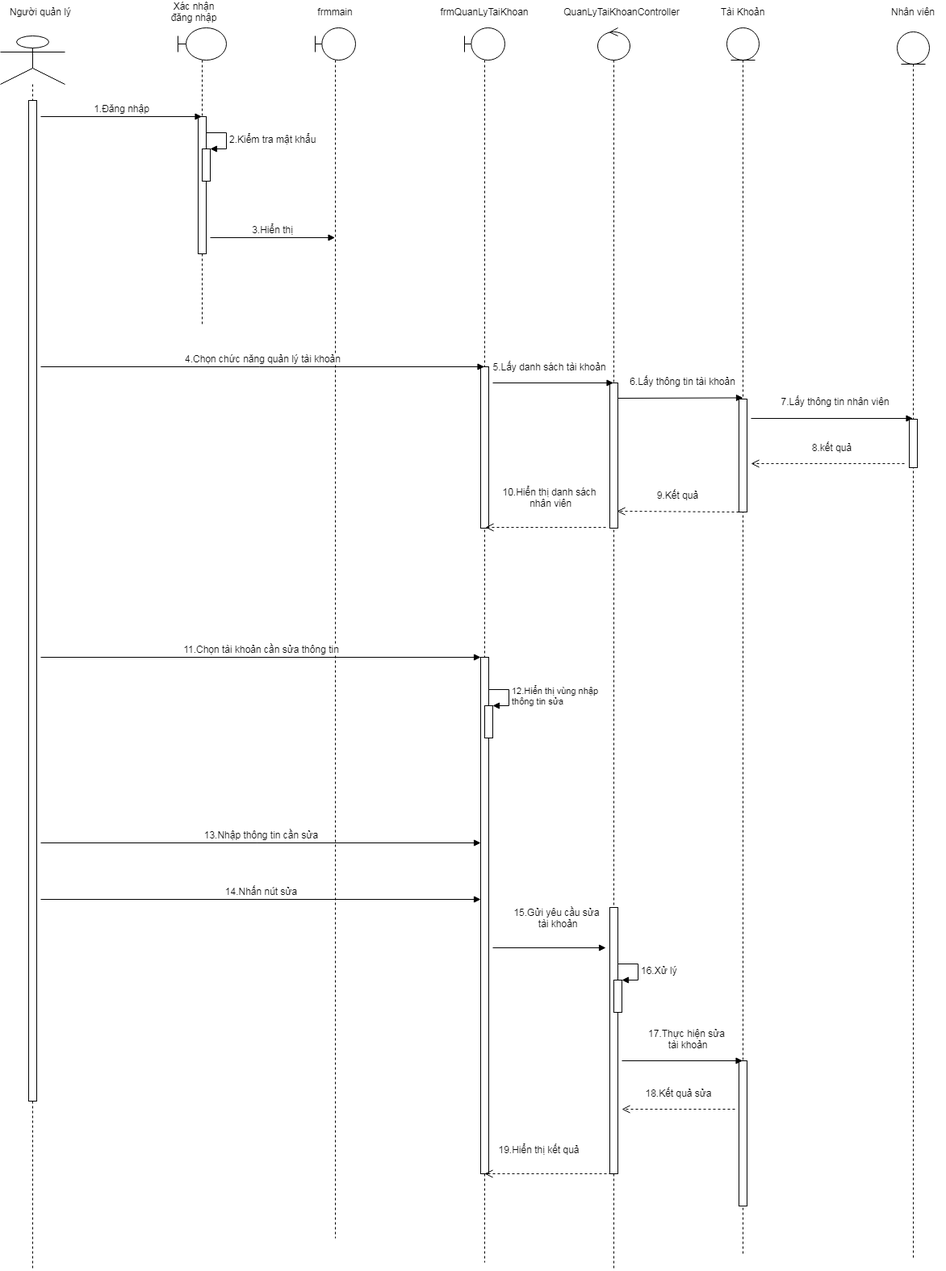
Earlier version of the draw.io export Phan_Tich_Thiet_Ke/Diagram/Sequence_Diagram/Sequence_Diagram_QuanLyTaiKhoan_SuataiKhoan.png (KNhaa/DoAnCNPM). Source tidied: cells renumbered, new cells last; positions are measured from the earlier drawing's top-left corner, leaving out a move shared by most shapes.
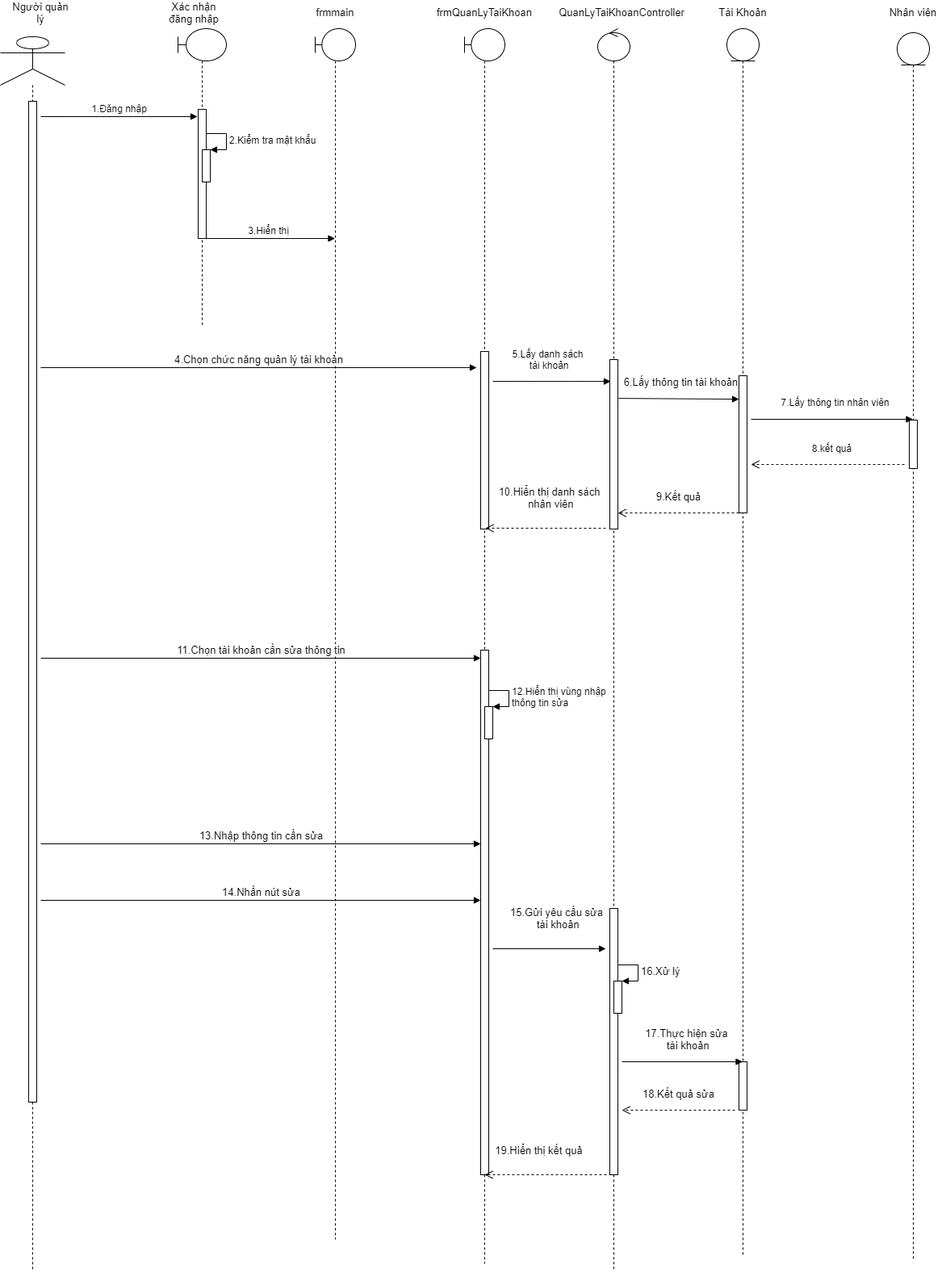
After the change.

The edit, as a diff of the source:
```diff
@@ -12,7 +12,7 @@
       <mxGeometry x="220" y="30" width="60" height="370" as="geometry" />
     </mxCell>
     <mxCell id="5" style="html=1;points=[];perimeter=orthogonalPerimeter;" parent="4" vertex="1">
-      <mxGeometry x="25" y="110" width="10" height="170" as="geometry" />
+      <mxGeometry x="25" y="100" width="10" height="160" as="geometry" />
     </mxCell>
     <mxCell id="6" style="html=1;points=[];perimeter=orthogonalPerimeter;" parent="4" vertex="1">
       <mxGeometry x="30" y="150" width="10" height="40" as="geometry" />
@@ -32,12 +32,12 @@
       <mxGeometry x="900" y="30" width="40" height="1520" as="geometry" />
     </mxCell>
     <mxCell id="10" style="html=1;points=[];perimeter=orthogonalPerimeter;" parent="9" vertex="1">
-      <mxGeometry x="15" y="460" width="10" height="140" as="geometry" />
+      <mxGeometry x="15" y="430" width="10" height="170" as="geometry" />
     </mxCell>
     <mxCell id="11" style="html=1;perimeter=orthogonalPerimeter;" parent="9" vertex="1">
-      <mxGeometry x="15" y="1280" width="10" height="180" as="geometry" />
+      <mxGeometry x="15" y="1280" width="10" height="60" as="geometry" />
     </mxCell>
-    <mxCell id="12" value="&lt;font style=&quot;font-size: 12px&quot;&gt;9.Kết quả&lt;/font&gt;" style="html=1;verticalAlign=bottom;endArrow=open;dashed=1;endSize=8;entryX=0.9;entryY=0.883;entryDx=0;entryDy=0;entryPerimeter=0;" parent="9" edge="1" target="14">
+    <mxCell id="12" value="&lt;font style=&quot;font-size: 13px&quot;&gt;9.Kết quả&lt;/font&gt;" style="html=1;verticalAlign=bottom;endArrow=open;dashed=1;endSize=8;entryX=1;entryY=0.905;entryDx=0;entryDy=0;entryPerimeter=0;" parent="9" edge="1" target="14">
       <mxGeometry y="-10" relative="1" as="geometry">
         <mxPoint x="15" y="600" as="sourcePoint" />
       </mxGeometry>
@@ -46,7 +46,7 @@
       <mxGeometry x="740" y="30" width="40" height="1540" as="geometry" />
     </mxCell>
     <mxCell id="14" style="html=1;points=[];perimeter=orthogonalPerimeter;" parent="13" vertex="1">
-      <mxGeometry x="15" y="440" width="10" height="180" as="geometry" />
+      <mxGeometry x="15" y="410" width="10" height="210" as="geometry" />
     </mxCell>
     <mxCell id="15" style="html=1;points=[];perimeter=orthogonalPerimeter;" parent="13" vertex="1">
       <mxGeometry x="15" y="1090" width="10" height="330" as="geometry" />
@@ -54,7 +54,7 @@
     <mxCell id="16" style="html=1;points=[];perimeter=orthogonalPerimeter;" parent="13" vertex="1">
       <mxGeometry x="20" y="1180" width="10" height="40" as="geometry" />
     </mxCell>
-    <mxCell id="17" value="&lt;font style=&quot;font-size: 12px&quot;&gt;16.Xử lý&lt;/font&gt;" style="edgeStyle=orthogonalEdgeStyle;html=1;align=left;spacingLeft=2;endArrow=block;rounded=0;entryX=1;entryY=0;" parent="13" edge="1" target="16">
+    <mxCell id="17" value="&lt;font style=&quot;font-size: 13px&quot;&gt;16.Xử lý&lt;/font&gt;" style="edgeStyle=orthogonalEdgeStyle;html=1;align=left;spacingLeft=2;endArrow=block;rounded=0;entryX=1;entryY=0;" parent="13" edge="1" target="16">
       <mxGeometry relative="1" as="geometry">
         <mxPoint x="25" y="1160" as="sourcePoint" />
         <Array as="points">
@@ -62,34 +62,34 @@
         </Array>
       </mxGeometry>
     </mxCell>
-    <mxCell id="18" value="Người quản lý" style="text;html=1;strokeColor=none;fillColor=none;align=center;verticalAlign=middle;whiteSpace=wrap;rounded=0;" parent="1" vertex="1">
+    <mxCell id="18" value="&lt;font style=&quot;font-size: 13px&quot;&gt;Người quản lý&lt;/font&gt;" style="text;html=1;strokeColor=none;fillColor=none;align=center;verticalAlign=middle;whiteSpace=wrap;rounded=0;" parent="1" vertex="1">
       <mxGeometry x="10" width="80" height="20" as="geometry" />
     </mxCell>
-    <mxCell id="19" value="Xác nhận đăng nhập" style="text;html=1;strokeColor=none;fillColor=none;align=center;verticalAlign=middle;whiteSpace=wrap;rounded=0;" parent="1" vertex="1">
+    <mxCell id="19" value="&lt;font style=&quot;font-size: 13px&quot;&gt;Xác nhận đăng nhập&lt;/font&gt;" style="text;html=1;strokeColor=none;fillColor=none;align=center;verticalAlign=middle;whiteSpace=wrap;rounded=0;" parent="1" vertex="1">
       <mxGeometry x="200" width="80" height="20" as="geometry" />
     </mxCell>
-    <mxCell id="20" value="frmmain" style="text;html=1;strokeColor=none;fillColor=none;align=center;verticalAlign=middle;whiteSpace=wrap;rounded=0;" parent="1" vertex="1">
+    <mxCell id="20" value="&lt;font style=&quot;font-size: 13px&quot;&gt;frmmain&lt;/font&gt;" style="text;html=1;strokeColor=none;fillColor=none;align=center;verticalAlign=middle;whiteSpace=wrap;rounded=0;" parent="1" vertex="1">
       <mxGeometry x="375" width="80" height="20" as="geometry" />
     </mxCell>
-    <mxCell id="21" value="frmQuanLyTaiKhoan" style="text;html=1;strokeColor=none;fillColor=none;align=center;verticalAlign=middle;whiteSpace=wrap;rounded=0;" parent="1" vertex="1">
+    <mxCell id="21" value="&lt;font style=&quot;font-size: 13px&quot;&gt;frmQuanLyTaiKhoan&lt;/font&gt;" style="text;html=1;strokeColor=none;fillColor=none;align=center;verticalAlign=middle;whiteSpace=wrap;rounded=0;" parent="1" vertex="1">
       <mxGeometry x="560" width="80" height="20" as="geometry" />
     </mxCell>
-    <mxCell id="22" value="Tài Khoản" style="text;html=1;strokeColor=none;fillColor=none;align=center;verticalAlign=middle;whiteSpace=wrap;rounded=0;" parent="1" vertex="1">
+    <mxCell id="22" value="&lt;font style=&quot;font-size: 13px&quot;&gt;Tài Khoản&lt;/font&gt;" style="text;html=1;strokeColor=none;fillColor=none;align=center;verticalAlign=middle;whiteSpace=wrap;rounded=0;" parent="1" vertex="1">
       <mxGeometry x="880" width="80" height="20" as="geometry" />
     </mxCell>
     <mxCell id="23" style="shape=umlLifeline;participant=umlBoundary;perimeter=lifelinePerimeter;whiteSpace=wrap;html=1;verticalAlign=top;spacingTop=36;outlineConnect=0;" parent="1" vertex="1">
       <mxGeometry x="575" y="30" width="50" height="1530" as="geometry" />
     </mxCell>
     <mxCell id="24" style="html=1;points=[];perimeter=orthogonalPerimeter;" parent="23" vertex="1">
-      <mxGeometry x="20" y="420" width="10" height="200" as="geometry" />
+      <mxGeometry x="20" y="400" width="10" height="220" as="geometry" />
     </mxCell>
     <mxCell id="25" style="html=1;points=[];perimeter=orthogonalPerimeter;" parent="23" vertex="1">
-      <mxGeometry x="20" y="780" width="10" height="640" as="geometry" />
+      <mxGeometry x="20" y="770" width="10" height="650" as="geometry" />
     </mxCell>
     <mxCell id="26" style="html=1;points=[];perimeter=orthogonalPerimeter;" parent="23" vertex="1">
       <mxGeometry x="25" y="840" width="10" height="40" as="geometry" />
     </mxCell>
-    <mxCell id="27" value="12.Hiển thị vùng nhập&amp;nbsp;&lt;br&gt;thông tin sửa" style="edgeStyle=orthogonalEdgeStyle;html=1;align=left;spacingLeft=2;endArrow=block;rounded=0;entryX=1;entryY=0;" parent="23" edge="1" target="26">
+    <mxCell id="27" value="&lt;font style=&quot;font-size: 12px&quot;&gt;12.Hiển thị vùng nhập&amp;nbsp;&lt;br&gt;thông tin sửa&lt;/font&gt;" style="edgeStyle=orthogonalEdgeStyle;html=1;align=left;spacingLeft=2;endArrow=block;rounded=0;entryX=1;entryY=0;" parent="23" edge="1" target="26">
       <mxGeometry relative="1" as="geometry">
         <mxPoint x="30" y="820" as="sourcePoint" />
         <Array as="points">
@@ -97,74 +97,73 @@
         </Array>
       </mxGeometry>
     </mxCell>
-    <mxCell id="28" value="QuanLyTaiKhoanController" style="text;html=1;strokeColor=none;fillColor=none;align=center;verticalAlign=middle;whiteSpace=wrap;rounded=0;" parent="1" vertex="1">
+    <mxCell id="28" value="&lt;font style=&quot;font-size: 13px&quot;&gt;QuanLyTaiKhoanController&lt;/font&gt;" style="text;html=1;strokeColor=none;fillColor=none;align=center;verticalAlign=middle;whiteSpace=wrap;rounded=0;" parent="1" vertex="1">
       <mxGeometry x="730" width="80" height="20" as="geometry" />
     </mxCell>
-    <mxCell id="29" value="&lt;font style=&quot;font-size: 12px&quot;&gt;1.Đăng nhập&lt;/font&gt;" style="html=1;verticalAlign=bottom;endArrow=block;" parent="1" edge="1" target="4">
+    <mxCell id="29" value="&lt;font style=&quot;font-size: 12px&quot;&gt;1.Đăng nhập&lt;/font&gt;" style="html=1;verticalAlign=bottom;endArrow=block;entryX=-0.1;entryY=0.056;entryDx=0;entryDy=0;entryPerimeter=0;" parent="1" edge="1" target="5">
       <mxGeometry relative="1" as="geometry">
-        <mxPoint x="50" y="140" as="sourcePoint" />
+        <mxPoint x="50" y="139" as="sourcePoint" />
       </mxGeometry>
     </mxCell>
     <mxCell id="30" value="&lt;font style=&quot;font-size: 12px&quot;&gt;3.Hiển thị&lt;/font&gt;" style="html=1;verticalAlign=bottom;endArrow=block;" parent="1" edge="1" target="8">
       <mxGeometry relative="1" as="geometry">
-        <mxPoint x="260" y="290" as="sourcePoint" />
+        <mxPoint x="250" y="290" as="sourcePoint" />
       </mxGeometry>
     </mxCell>
-    <mxCell id="31" value="&lt;font style=&quot;font-size: 12px&quot;&gt;4.Chọn chức năng quản lý tài khoản&lt;/font&gt;" style="html=1;verticalAlign=bottom;endArrow=block;" parent="1" edge="1" target="23">
+    <mxCell id="31" value="&lt;font style=&quot;font-size: 13px&quot;&gt;4.Chọn chức năng quản lý tài khoản&lt;/font&gt;" style="html=1;verticalAlign=bottom;endArrow=block;" parent="1" edge="1">
       <mxGeometry relative="1" as="geometry">
         <mxPoint x="50" y="450" as="sourcePoint" />
+        <mxPoint x="590" y="450" as="targetPoint" />
       </mxGeometry>
     </mxCell>
-    <mxCell id="32" value="&lt;font style=&quot;font-size: 12px&quot;&gt;5.Lấy danh sách tài khoản&lt;/font&gt;" style="html=1;verticalAlign=bottom;endArrow=block;" parent="1" edge="1" target="13">
+    <mxCell id="32" value="&lt;font style=&quot;font-size: 12px&quot;&gt;5.Lấy danh sách&lt;br&gt;&amp;nbsp;tài khoản&lt;/font&gt;" style="html=1;verticalAlign=bottom;endArrow=block;entryX=0.1;entryY=0.129;entryDx=0;entryDy=0;entryPerimeter=0;" parent="1" edge="1" target="14">
       <mxGeometry x="-0.06" y="10" relative="1" as="geometry">
-        <mxPoint x="610" y="470" as="sourcePoint" />
+        <mxPoint x="610" y="467" as="sourcePoint" />
       </mxGeometry>
     </mxCell>
-    <mxCell id="33" value="&lt;font style=&quot;font-size: 12px&quot;&gt;6.Lấy thông tin tài khoản&lt;/font&gt;" style="html=1;verticalAlign=bottom;endArrow=block;entryX=0.5;entryY=-0.011;entryDx=0;entryDy=0;entryPerimeter=0;" parent="1" edge="1" target="10">
-      <mxGeometry x="0.04" y="11" relative="1" as="geometry">
-        <mxPoint x="765" y="489" as="sourcePoint" />
-      </mxGeometry>
+    <mxCell id="33" value="&lt;font style=&quot;font-size: 13px&quot;&gt;6.Lấy thông tin tài khoản&lt;/font&gt;" style="html=1;verticalAlign=bottom;endArrow=block;exitX=1.1;exitY=0.229;exitDx=0;exitDy=0;exitPerimeter=0;entryX=0;entryY=0.171;entryDx=0;entryDy=0;entryPerimeter=0;" parent="1" edge="1" source="14" target="10">
+      <mxGeometry x="0.04" y="11" relative="1" as="geometry" />
     </mxCell>
-    <mxCell id="34" value="&lt;font style=&quot;font-size: 12px&quot;&gt;10.Hiển thị danh sách&lt;br&gt;&lt;font style=&quot;font-size: 12px&quot;&gt;&amp;nbsp;nhân viên&lt;/font&gt;&lt;/font&gt;" style="html=1;verticalAlign=bottom;endArrow=open;dashed=1;endSize=8;entryX=0.6;entryY=0.995;entryDx=0;entryDy=0;entryPerimeter=0;" parent="1" edge="1" target="24">
+    <mxCell id="34" value="&lt;font style=&quot;font-size: 13px&quot;&gt;10.Hiển thị danh sách&lt;br&gt;&lt;font style=&quot;font-size: 13px&quot;&gt;&amp;nbsp;nhân viên&lt;/font&gt;&lt;/font&gt;" style="html=1;verticalAlign=bottom;endArrow=open;dashed=1;endSize=8;entryX=0.6;entryY=0.995;entryDx=0;entryDy=0;entryPerimeter=0;" parent="1" edge="1" target="24">
       <mxGeometry x="-0.06" y="-20" relative="1" as="geometry">
         <mxPoint x="750" y="649" as="sourcePoint" />
       </mxGeometry>
     </mxCell>
-    <mxCell id="35" value="&lt;span style=&quot;font-size: 12px&quot;&gt;11.Chọn tài khoản cần sửa thông tin&lt;/span&gt;" style="html=1;verticalAlign=bottom;endArrow=block;" parent="1" edge="1" target="25">
+    <mxCell id="35" value="&lt;font style=&quot;font-size: 13px&quot;&gt;11.Chọn tài khoản cần sửa thông tin&lt;/font&gt;" style="html=1;verticalAlign=bottom;endArrow=block;" parent="1" edge="1" target="25">
       <mxGeometry relative="1" as="geometry">
         <mxPoint x="50" y="810" as="sourcePoint" />
       </mxGeometry>
     </mxCell>
-    <mxCell id="36" value="&lt;span style=&quot;font-size: 12px&quot;&gt;13.Nhập thông tin cần sửa&lt;/span&gt;" style="html=1;verticalAlign=bottom;endArrow=block;" parent="1" edge="1">
+    <mxCell id="36" value="&lt;font style=&quot;font-size: 13px&quot;&gt;13.Nhập thông tin cần sửa&lt;/font&gt;" style="html=1;verticalAlign=bottom;endArrow=block;" parent="1" edge="1">
       <mxGeometry relative="1" as="geometry">
         <mxPoint x="50" y="1040" as="sourcePoint" />
         <mxPoint x="595" y="1040" as="targetPoint" />
       </mxGeometry>
     </mxCell>
-    <mxCell id="37" value="&lt;span style=&quot;font-size: 12px&quot;&gt;14.Nhấn nút sửa&lt;/span&gt;" style="html=1;verticalAlign=bottom;endArrow=block;" parent="1" edge="1">
+    <mxCell id="37" value="&lt;font style=&quot;font-size: 13px&quot;&gt;14.Nhấn nút sửa&lt;/font&gt;" style="html=1;verticalAlign=bottom;endArrow=block;" parent="1" edge="1">
       <mxGeometry relative="1" as="geometry">
         <mxPoint x="50" y="1110" as="sourcePoint" />
         <mxPoint x="595" y="1110" as="targetPoint" />
       </mxGeometry>
     </mxCell>
-    <mxCell id="38" value="&lt;font style=&quot;font-size: 12px&quot;&gt;&lt;font style=&quot;font-size: 12px&quot;&gt;15.Gửi yêu cầu sửa&lt;br&gt;&lt;/font&gt;&lt;font style=&quot;font-size: 12px&quot;&gt;&amp;nbsp;tài khoản&lt;/font&gt;&lt;/font&gt;" style="html=1;verticalAlign=bottom;endArrow=block;" parent="1" edge="1">
+    <mxCell id="38" value="&lt;font style=&quot;font-size: 13px&quot;&gt;&lt;font style=&quot;font-size: 13px&quot;&gt;15.Gửi yêu cầu sửa&lt;br&gt;&lt;/font&gt;&lt;font style=&quot;font-size: 13px&quot;&gt;&amp;nbsp;tài khoản&lt;/font&gt;&lt;/font&gt;" style="html=1;verticalAlign=bottom;endArrow=block;" parent="1" edge="1">
       <mxGeometry x="0.13" y="20" relative="1" as="geometry">
         <mxPoint x="610" y="1170" as="sourcePoint" />
         <mxPoint x="750" y="1170" as="targetPoint" />
       </mxGeometry>
     </mxCell>
-    <mxCell id="39" value="&lt;font style=&quot;font-size: 12px&quot;&gt;17.Thực hiện sửa&lt;br&gt;&amp;nbsp;tài khoản&lt;/font&gt;" style="html=1;verticalAlign=bottom;endArrow=block;" parent="1" edge="1" target="9">
+    <mxCell id="39" value="&lt;font style=&quot;font-size: 13px&quot;&gt;17.Thực hiện sửa&lt;br&gt;&amp;nbsp;tài khoản&lt;/font&gt;" style="html=1;verticalAlign=bottom;endArrow=block;" parent="1" edge="1" target="9">
       <mxGeometry x="0.07" y="10" relative="1" as="geometry">
         <mxPoint x="770" y="1310" as="sourcePoint" />
       </mxGeometry>
     </mxCell>
-    <mxCell id="40" value="&lt;font style=&quot;font-size: 12px&quot;&gt;18.Kết quả sửa&lt;/font&gt;" style="html=1;verticalAlign=bottom;endArrow=open;dashed=1;endSize=8;" parent="1" edge="1">
+    <mxCell id="40" value="&lt;font style=&quot;font-size: 13px&quot;&gt;18.Kết quả sửa&lt;/font&gt;" style="html=1;verticalAlign=bottom;endArrow=open;dashed=1;endSize=8;" parent="1" edge="1">
       <mxGeometry y="-10" relative="1" as="geometry">
         <mxPoint x="910" y="1370" as="sourcePoint" />
         <mxPoint x="770" y="1370" as="targetPoint" />
       </mxGeometry>
     </mxCell>
-    <mxCell id="41" value="&lt;span style=&quot;font-size: 12px&quot;&gt;19.Hiển thị kết quả&lt;/span&gt;" style="html=1;verticalAlign=bottom;endArrow=open;dashed=1;endSize=8;exitX=0.2;exitY=1;exitDx=0;exitDy=0;exitPerimeter=0;" parent="1" edge="1" source="15">
+    <mxCell id="41" value="&lt;font style=&quot;font-size: 13px&quot;&gt;19.Hiển thị kết quả&lt;/font&gt;" style="html=1;verticalAlign=bottom;endArrow=open;dashed=1;endSize=8;exitX=0.2;exitY=1;exitDx=0;exitDy=0;exitPerimeter=0;" parent="1" edge="1" source="15">
       <mxGeometry x="0.14" y="-20" relative="1" as="geometry">
         <mxPoint x="600" y="1450" as="targetPoint" />
       </mxGeometry>
@@ -175,7 +174,7 @@
     <mxCell id="43" style="html=1;perimeter=orthogonalPerimeter;" parent="42" vertex="1">
       <mxGeometry x="15" y="480" width="10" height="60" as="geometry" />
     </mxCell>
-    <mxCell id="44" value="Nhân viên" style="text;html=1;strokeColor=none;fillColor=none;align=center;verticalAlign=middle;whiteSpace=wrap;rounded=0;" parent="1" vertex="1">
+    <mxCell id="44" value="&lt;font style=&quot;font-size: 13px&quot;&gt;Nhân viên&lt;/font&gt;" style="text;html=1;strokeColor=none;fillColor=none;align=center;verticalAlign=middle;whiteSpace=wrap;rounded=0;" parent="1" vertex="1">
       <mxGeometry x="1091" width="80" height="20" as="geometry" />
     </mxCell>
     <mxCell id="45" value="&lt;font style=&quot;font-size: 12px&quot;&gt;7.Lấy thông tin nhân viên&lt;/font&gt;" style="html=1;verticalAlign=bottom;endArrow=block;" parent="1" edge="1" target="42">
```
